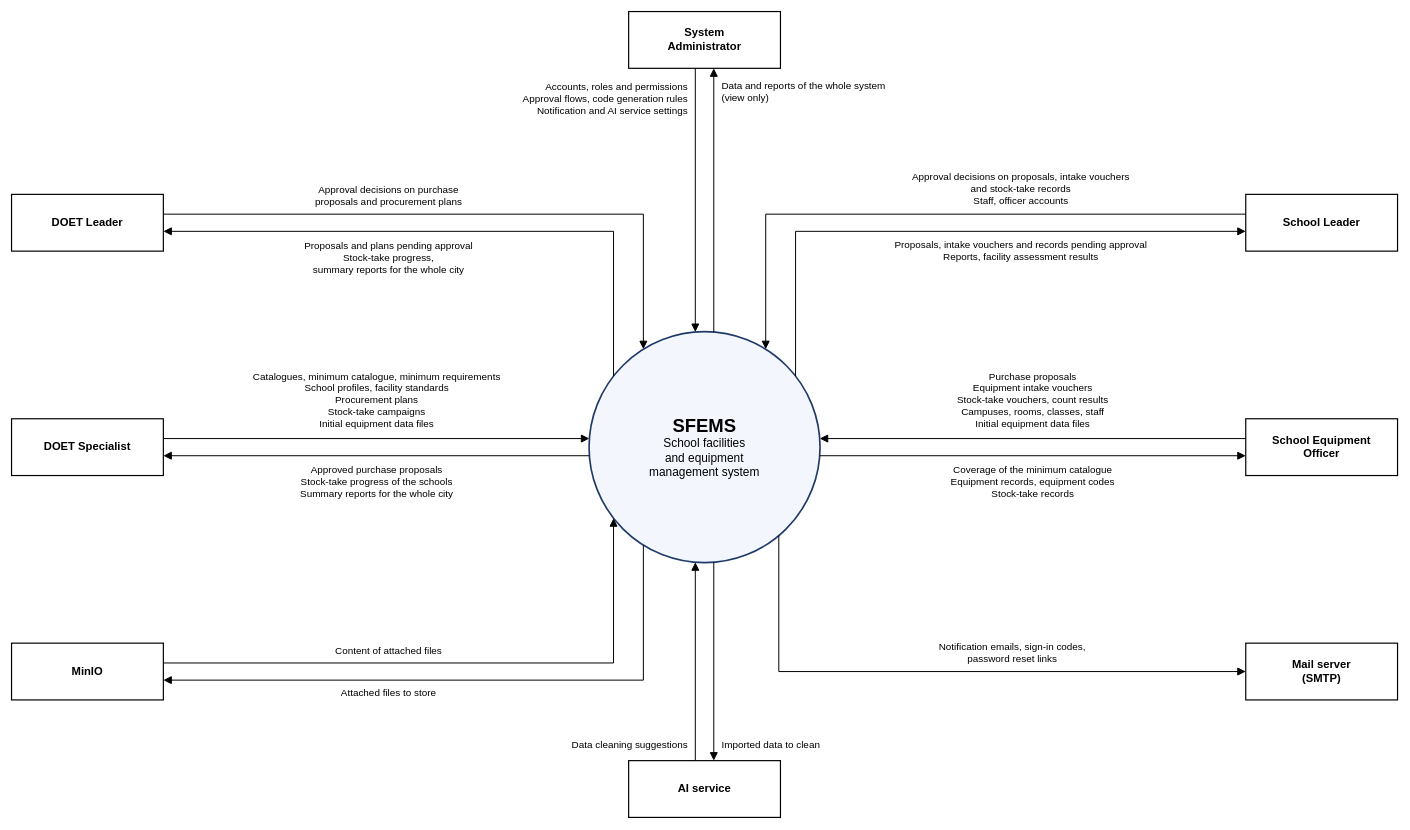
LuuDong2004/SEP490_G123_SFEMS keeps this draw.io diagram as docs/ENG/diagram/Report 3/01 Context diagram/Context diagram.drawio. Above is the earlier version. Source tidied: cells renumbered, new cells numbered last; positions are measured from the earlier drawing's top-left corner, leaving out a move shared by most shapes. Both pictures are drawn from the tidied source at 66%, with x=0, y=0 at pixel (11, 11).
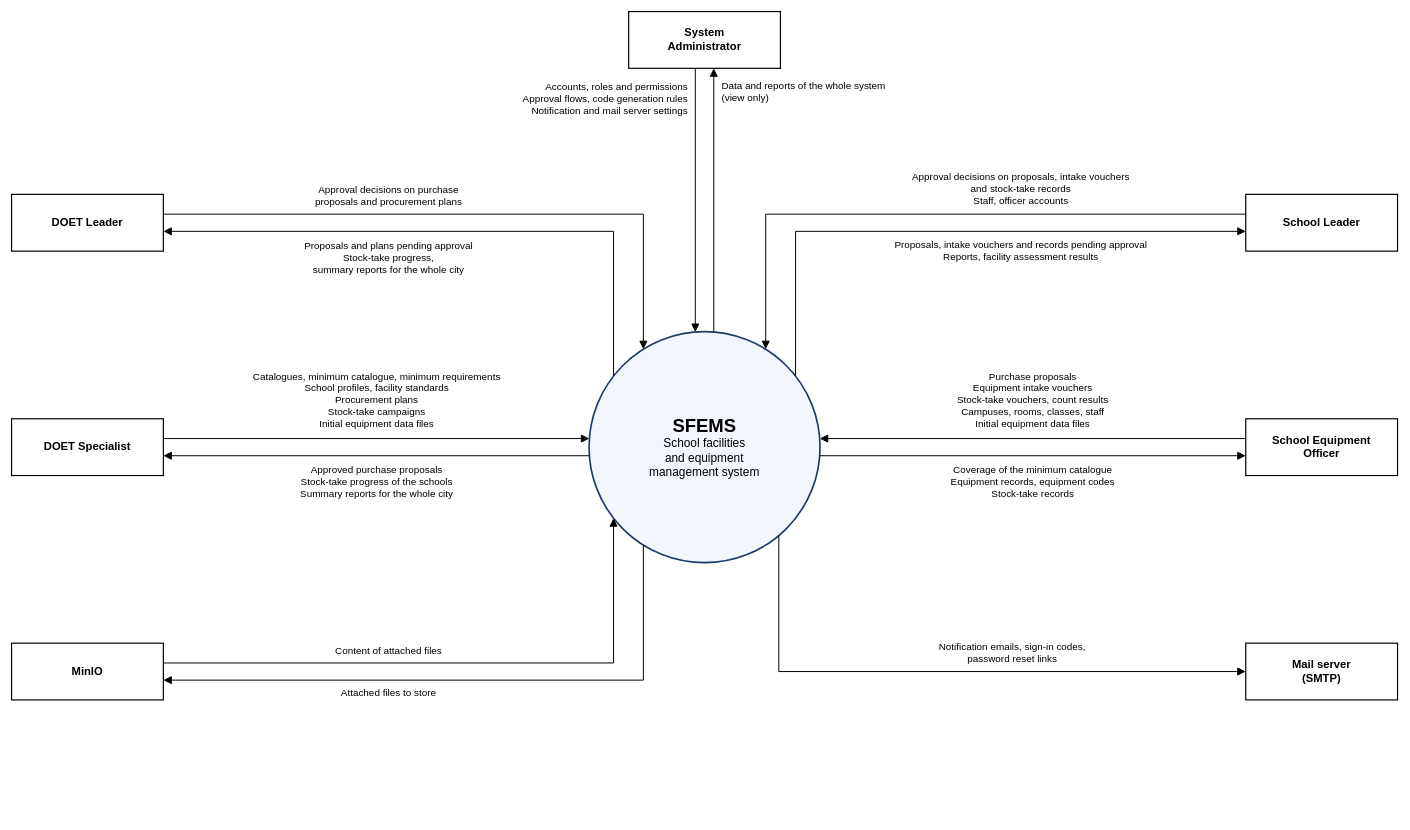
The same diagram, later.

Diff of the diagram source:
```diff
@@
-    <mxCell id="5" value="Accounts, roles and permissions&lt;br&gt;Approval flows, code generation rules&lt;br&gt;Notification and AI service settings" style="text;html=1;whiteSpace=nowrap;verticalAlign=middle;fontSize=15;fontFamily=Arial;strokeColor=none;fillColor=none;align=right;" parent="1" vertex="1">
+    <mxCell id="5" value="Accounts, roles and permissions&lt;br&gt;Approval flows, code generation rules&lt;br&gt;Notification and mail server settings" style="text;html=1;whiteSpace=nowrap;verticalAlign=middle;fontSize=15;fontFamily=Arial;strokeColor=none;fillColor=none;align=right;" parent="1" vertex="1">
       <mxGeometry x="764.5" y="98" width="261.5" height="66" as="geometry" />
     </mxCell>
@@
-    <mxCell id="8" value="&lt;b&gt;AI service&lt;/b&gt;" style="rounded=0;whiteSpace=wrap;html=1;fillColor=#FFFFFF;strokeColor=#000000;strokeWidth=1.8;fontSize=17;fontFamily=Arial;" parent="1" vertex="1">
-      <mxGeometry x="935" y="1135" width="230" height="86" as="geometry" />
-    </mxCell>
-    <mxCell id="9" style="endArrow=block;endFill=1;endSize=9;html=1;rounded=0;strokeWidth=1.5;strokeColor=#000000;" parent="1" edge="1">
-      <mxGeometry relative="1" as="geometry">
-        <mxPoint x="1036" y="1135" as="sourcePoint" />
-        <mxPoint x="1036" y="834.4" as="targetPoint" />
-      </mxGeometry>
-    </mxCell>
-    <mxCell id="10" value="Data cleaning suggestions" style="text;html=1;whiteSpace=nowrap;verticalAlign=middle;fontSize=15;fontFamily=Arial;strokeColor=none;fillColor=none;align=right;" parent="1" vertex="1">
-      <mxGeometry x="847" y="1097" width="179" height="26" as="geometry" />
-    </mxCell>
-    <mxCell id="11" style="endArrow=block;endFill=1;endSize=9;html=1;rounded=0;strokeWidth=1.5;strokeColor=#000000;" parent="1" edge="1">
-      <mxGeometry relative="1" as="geometry">
-        <mxPoint x="1064" y="834.4" as="sourcePoint" />
-        <mxPoint x="1064" y="1135" as="targetPoint" />
-      </mxGeometry>
-    </mxCell>
-    <mxCell id="12" value="Imported data to clean" style="text;html=1;whiteSpace=nowrap;verticalAlign=middle;fontSize=15;fontFamily=Arial;strokeColor=none;fillColor=none;align=left;" parent="1" vertex="1">
-      <mxGeometry x="1074" y="1097" width="201.5" height="26" as="geometry" />
-    </mxCell>
```
